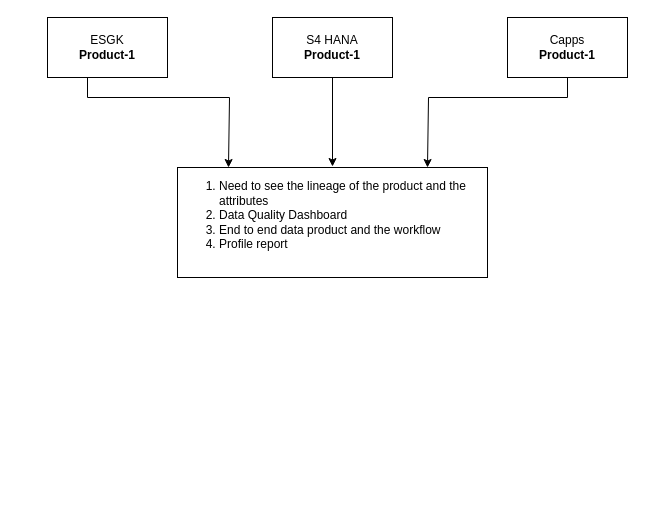
Earlier version of the draw.io diagram page "requirement" (3 of 3) of bridgestone.drawio (biswarup81/drawings). Source tidied: cells renumbered, new cells numbered last; positions are measured from the earlier drawing's top-left corner, leaving out a move shared by most shapes. Both pictures are drawn from the tidied source at 100%, with x=0, y=0 at pixel (47, 17).
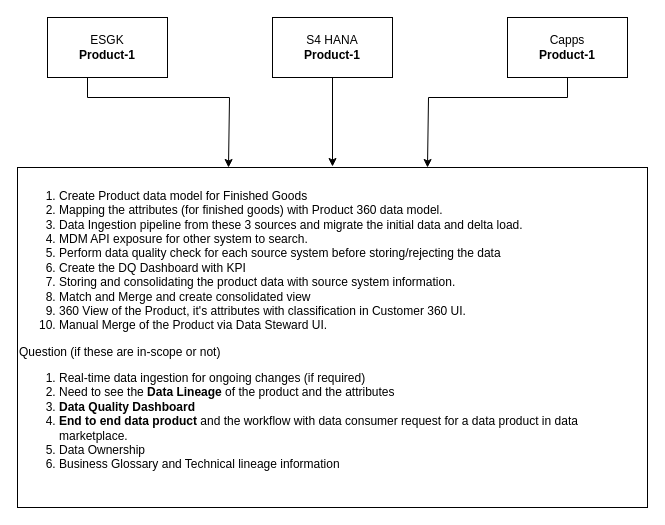
After the change.

The edit, as a diff of the source:
```diff
@@
 <mxGraphModel>
   <root>
     <mxCell id="0" />
     <mxCell id="1" parent="0" />
     <mxCell id="2" value="ESGK&lt;div&gt;&lt;b&gt;Product-1&lt;/b&gt;&lt;/div&gt;" style="rounded=0;whiteSpace=wrap;html=1;" parent="1" vertex="1">
       <mxGeometry width="120" height="60" as="geometry" />
     </mxCell>
     <mxCell id="3" value="S4 HANA&lt;div&gt;&lt;b&gt;Product-1&lt;/b&gt;&lt;/div&gt;" style="rounded=0;whiteSpace=wrap;html=1;" parent="1" vertex="1">
       <mxGeometry x="225" width="120" height="60" as="geometry" />
     </mxCell>
     <mxCell id="4" value="Capps&lt;div&gt;&lt;b&gt;Product-1&lt;/b&gt;&lt;/div&gt;" style="rounded=0;whiteSpace=wrap;html=1;" parent="1" vertex="1">
       <mxGeometry x="460" width="120" height="60" as="geometry" />
     </mxCell>
     <mxCell id="5" style="edgeStyle=orthogonalEdgeStyle;rounded=0;jettySize=auto;html=1;" parent="1" edge="1" source="2">
       <mxGeometry relative="1" as="geometry">
         <mxPoint x="181" y="150" as="targetPoint" />
         <Array as="points">
           <mxPoint x="40" y="80" />
           <mxPoint x="182" y="80" />
         </Array>
       </mxGeometry>
     </mxCell>
     <mxCell id="6" style="edgeStyle=orthogonalEdgeStyle;rounded=0;jettySize=auto;html=1;" parent="1" edge="1" source="3">
       <mxGeometry relative="1" as="geometry">
         <mxPoint x="285" y="149" as="targetPoint" />
       </mxGeometry>
     </mxCell>
     <mxCell id="7" style="edgeStyle=orthogonalEdgeStyle;rounded=0;jettySize=auto;html=1;" parent="1" edge="1" source="4">
       <mxGeometry relative="1" as="geometry">
         <mxPoint x="380" y="150" as="targetPoint" />
         <Array as="points">
           <mxPoint x="520" y="80" />
           <mxPoint x="381" y="80" />
         </Array>
       </mxGeometry>
     </mxCell>
-    <mxCell id="8" value="&lt;ol&gt;&lt;li&gt;Need to see the lineage of the product and the attributes&lt;/li&gt;&lt;li&gt;Data Quality Dashboard&lt;/li&gt;&lt;li&gt;End to end data product and the workflow&lt;/li&gt;&lt;li&gt;Profile report&lt;/li&gt;&lt;/ol&gt;&lt;div&gt;&lt;div&gt;&lt;br&gt;&lt;/div&gt;&lt;/div&gt;" style="rounded=0;whiteSpace=wrap;html=1;align=left;" parent="1" vertex="1">
-      <mxGeometry x="130" y="150" width="310" height="110" as="geometry" />
+    <mxCell id="8" value="&lt;ol&gt;&lt;li&gt;Create Product data model for Finished Goods&lt;/li&gt;&lt;li&gt;Mapping the attributes (for finished goods) with Product 360 data model.&lt;/li&gt;&lt;li&gt;Data Ingestion pipeline from these 3 sources and migrate the initial data and delta load.&lt;/li&gt;&lt;li&gt;MDM API exposure for other system to search.&lt;/li&gt;&lt;li&gt;Perform data quality check for each source system before storing/rejecting the data&lt;/li&gt;&lt;li&gt;Create the DQ Dashboard with KPI&lt;/li&gt;&lt;li&gt;Storing and consolidating the product data with source system information.&amp;nbsp;&lt;/li&gt;&lt;li&gt;Match and Merge and create consolidated view&lt;/li&gt;&lt;li&gt;360 View of the Product, it's attributes with classification in Customer 360 UI.&lt;/li&gt;&lt;li&gt;Manual Merge of the Product via Data Steward UI.&lt;/li&gt;&lt;/ol&gt;&lt;div&gt;Question (if these are in-scope or not)&lt;/div&gt;&lt;ol&gt;&lt;li&gt;Real-time data ingestion for ongoing changes (if required)&lt;/li&gt;&lt;li&gt;Need to see the &lt;b&gt;Data Lineage &lt;/b&gt;of the product and the attributes&lt;/li&gt;&lt;li&gt;&lt;b&gt;Data Quality Dashboard&lt;/b&gt;&lt;/li&gt;&lt;li&gt;&lt;b&gt;End to end data product&lt;/b&gt;&amp;nbsp;and the workflow with data consumer request for a data product in data marketplace.&lt;/li&gt;&lt;li&gt;Data Ownership&lt;/li&gt;&lt;li&gt;Business Glossary and Technical lineage information&lt;/li&gt;&lt;/ol&gt;&lt;div&gt;&lt;div&gt;&lt;br&gt;&lt;/div&gt;&lt;/div&gt;" style="rounded=0;whiteSpace=wrap;html=1;align=left;" parent="1" vertex="1">
+      <mxGeometry x="-30" y="150" width="630" height="340" as="geometry" />
     </mxCell>
   </root>
 </mxGraphModel>
```
